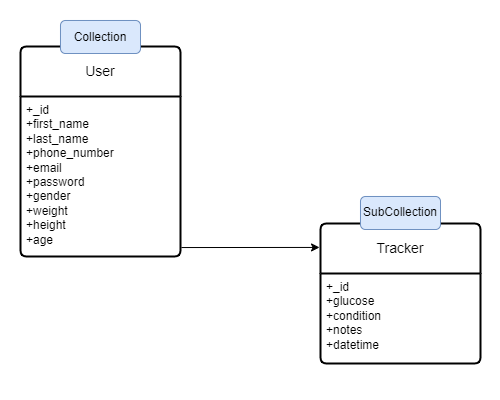
This is img/Glucofy_NoSQL.drawio.png from Glucofy-Team/Glucofy-Cloud-Computing, a draw.io export, as it was before one commit. Source tidied: cells renumbered, new cells last; positions are measured from the earlier drawing's top-left corner, leaving out a move shared by most shapes.
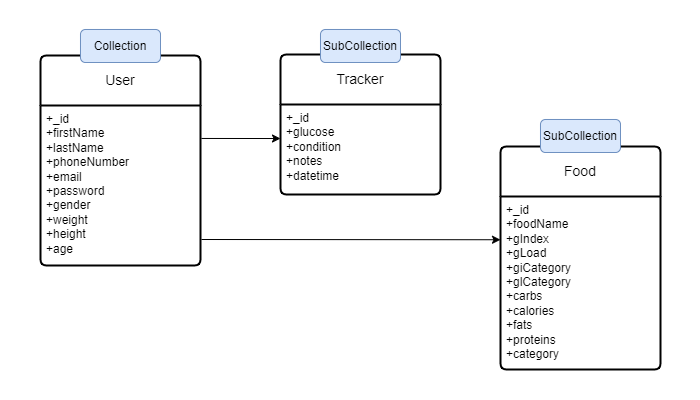
Later version of the same file.

Commit message:
Update Database Design

The edit, as a diff of the source:
```diff
@@ -3,25 +3,39 @@
     <mxCell id="0" />
     <mxCell id="1" parent="0" />
     <mxCell id="2" value="User" style="swimlane;horizontal=1;startSize=50;rounded=1;fontSize=14;fontStyle=0;strokeWidth=2;shadow=0;dashed=0;align=center;arcSize=4;whiteSpace=wrap;html=1;" parent="1" vertex="1">
-      <mxGeometry y="26" width="160" height="210" as="geometry" />
+      <mxGeometry x="20" y="135" width="160" height="210" as="geometry" />
     </mxCell>
-    <mxCell id="3" value="+_id&lt;br&gt;+first_name&lt;div&gt;+last_name&lt;/div&gt;&lt;div&gt;+phone_number&lt;/div&gt;&lt;div&gt;+email&lt;/div&gt;&lt;div&gt;+password&lt;br&gt;&lt;div&gt;+gender&lt;br&gt;&lt;/div&gt;&lt;div&gt;+weight&lt;br&gt;&lt;/div&gt;&lt;div&gt;+height&lt;br&gt;&lt;/div&gt;&lt;div&gt;+age&lt;/div&gt;&lt;/div&gt;" style="align=left;strokeColor=none;fillColor=none;spacingLeft=4;fontSize=12;verticalAlign=top;html=1;" parent="2" vertex="1">
+    <mxCell id="3" value="+_id&lt;br&gt;+firstName&lt;div&gt;+lastName&lt;/div&gt;&lt;div&gt;+phoneNumber&lt;/div&gt;&lt;div&gt;+email&lt;/div&gt;&lt;div&gt;+password&lt;br&gt;&lt;div&gt;+gender&lt;br&gt;&lt;/div&gt;&lt;div&gt;+weight&lt;br&gt;&lt;/div&gt;&lt;div&gt;+height&lt;br&gt;&lt;/div&gt;&lt;div&gt;+age&lt;/div&gt;&lt;/div&gt;" style="align=left;strokeColor=none;fillColor=none;spacingLeft=4;fontSize=12;verticalAlign=top;html=1;" parent="2" vertex="1">
       <mxGeometry y="50" width="160" height="160" as="geometry" />
     </mxCell>
     <mxCell id="4" value="Tracker" style="swimlane;horizontal=1;startSize=50;rounded=1;fontSize=14;fontStyle=0;strokeWidth=2;shadow=0;dashed=0;align=center;arcSize=4;whiteSpace=wrap;html=1;" parent="1" vertex="1">
-      <mxGeometry x="300" y="203" width="160" height="140" as="geometry" />
+      <mxGeometry x="260" y="134" width="160" height="140" as="geometry" />
     </mxCell>
     <mxCell id="5" value="+_id&lt;br&gt;+glucose&lt;div&gt;+condition&lt;/div&gt;&lt;div&gt;+notes&lt;/div&gt;&lt;div&gt;+datetime&lt;/div&gt;" style="align=left;strokeColor=none;fillColor=none;spacingLeft=4;fontSize=12;verticalAlign=top;html=1;" parent="4" vertex="1">
       <mxGeometry y="50" width="160" height="90" as="geometry" />
     </mxCell>
-    <mxCell id="6" style="endArrow=classic;html=1;rounded=0;exitX=1.006;exitY=0.944;exitDx=0;exitDy=0;exitPerimeter=0;entryX=-0.006;entryY=0.171;entryDx=0;entryDy=0;entryPerimeter=0;" parent="1" edge="1" source="3" target="4">
+    <mxCell id="6" style="endArrow=classic;html=1;rounded=0;entryX=0;entryY=0.378;entryDx=0;entryDy=0;exitX=1.006;exitY=0.206;exitDx=0;exitDy=0;exitPerimeter=0;entryPerimeter=0;" parent="1" edge="1" source="3" target="5">
       <mxGeometry relative="1" as="geometry" />
     </mxCell>
     <mxCell id="7" value="Collection" style="rounded=1;align=center;fillColor=#dae8fc;strokeColor=#6c8ebf;html=1;whiteSpace=wrap;fontSize=12;" parent="1" vertex="1">
-      <mxGeometry x="40" width="80" height="33" as="geometry" />
+      <mxGeometry x="60" y="109" width="80" height="33" as="geometry" />
     </mxCell>
     <mxCell id="8" value="SubCollection" style="rounded=1;align=center;fillColor=#dae8fc;strokeColor=#6c8ebf;html=1;whiteSpace=wrap;fontSize=12;" parent="1" vertex="1">
-      <mxGeometry x="340" y="176" width="80" height="33" as="geometry" />
+      <mxGeometry x="300" y="109" width="80" height="33" as="geometry" />
     </mxCell>
+    <mxCell id="9" value="Food" style="swimlane;horizontal=1;startSize=50;rounded=1;fontSize=14;fontStyle=0;strokeWidth=2;shadow=0;dashed=0;align=center;arcSize=4;whiteSpace=wrap;html=1;" parent="1" vertex="1">
+      <mxGeometry x="480" y="226" width="160" height="223" as="geometry" />
+    </mxCell>
+    <mxCell id="10" value="+_id&lt;br&gt;&lt;div&gt;+foodName&lt;/div&gt;&lt;div&gt;+gIndex&lt;br&gt;&lt;/div&gt;&lt;div&gt;+gLoad&lt;br&gt;&lt;/div&gt;&lt;div&gt;+giCategory&lt;br&gt;&lt;/div&gt;&lt;div&gt;+glCategory&lt;br&gt;&lt;/div&gt;&lt;div&gt;+carbs&lt;br&gt;&lt;/div&gt;&lt;div&gt;+calories&lt;br&gt;&lt;/div&gt;&lt;div&gt;+fats&lt;br&gt;&lt;/div&gt;&lt;div&gt;+proteins&lt;br&gt;&lt;/div&gt;&lt;div&gt;+category&lt;/div&gt;&lt;div&gt;&lt;br&gt;&lt;/div&gt;" style="align=left;strokeColor=none;fillColor=none;spacingLeft=4;fontSize=12;verticalAlign=top;html=1;" parent="9" vertex="1">
+      <mxGeometry y="50" width="160" height="173" as="geometry" />
+    </mxCell>
+    <mxCell id="11" value="SubCollection" style="rounded=1;align=center;fillColor=#dae8fc;strokeColor=#6c8ebf;html=1;whiteSpace=wrap;fontSize=12;" parent="1" vertex="1">
+      <mxGeometry x="520" y="199" width="80" height="33" as="geometry" />
+    </mxCell>
+    <mxCell id="12" style="endArrow=classic;html=1;rounded=0;entryX=0;entryY=0.25;entryDx=0;entryDy=0;" parent="1" edge="1" target="10">
+      <mxGeometry relative="1" as="geometry">
+        <mxPoint x="181" y="319" as="sourcePoint" />
+      </mxGeometry>
+    </mxCell>
   </root>
 </mxGraphModel>
```
